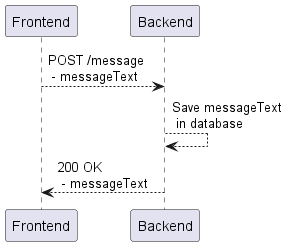
Above: diagrams/frontend_backend_post_messages_sequence.png in Chillhound/DevOps2022F (PlantUML), before the change.
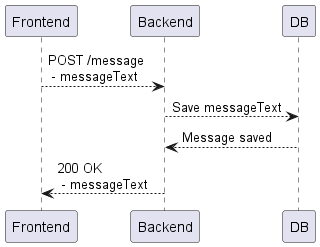
After the commit.

What changed in the source:
```diff
@@ -1,5 +1,6 @@
 @startuml
 Frontend --> Backend: POST /message \n - messageText
-Backend --> Backend: Save messageText \n in database
+Backend --> DB: Save messageText
+DB --> Backend: Message saved
 Frontend <-- Backend: 200 OK \n - messageText
 @enduml
```
